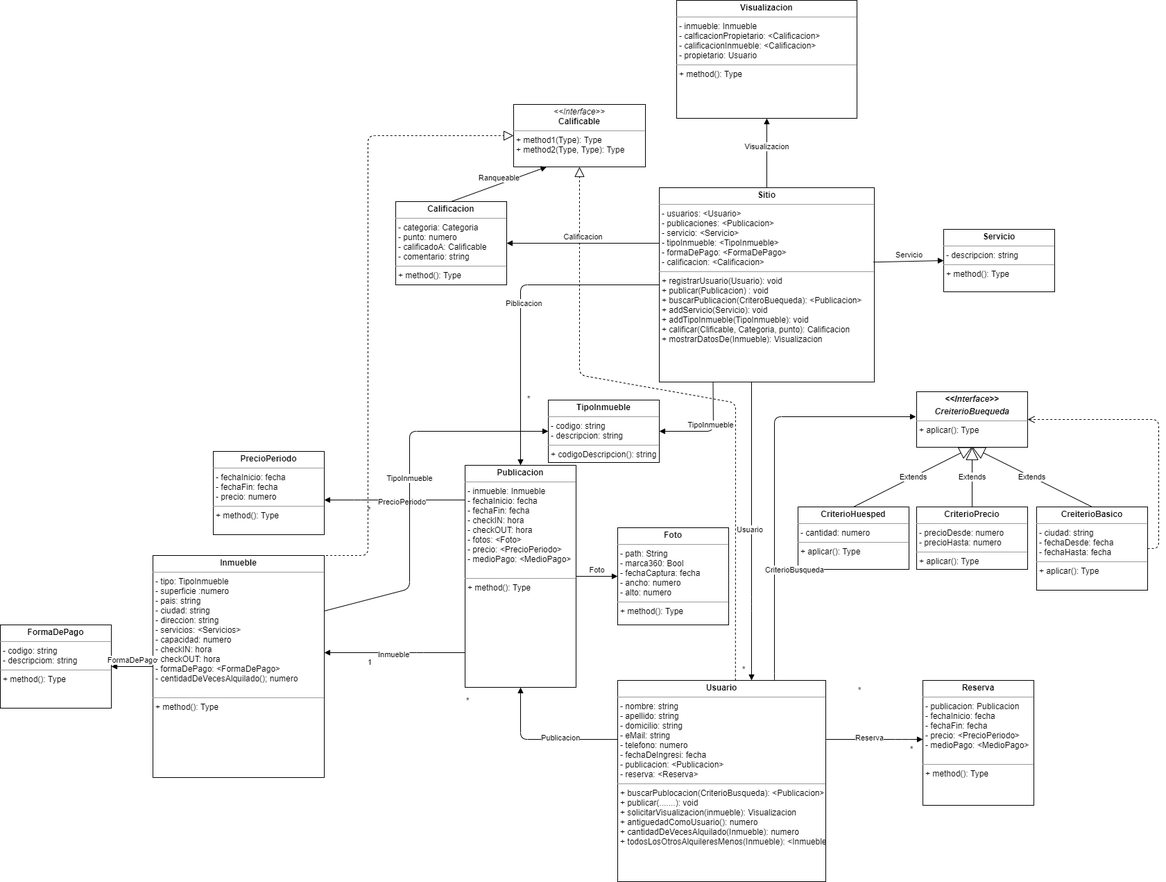
Above: UML_PO2_TP_FINALPNG1.png in CundariNicolas/PO2_TP_FINAL_2021 (draw.io), before the change. Source tidied: cells renumbered, new cells last; positions are measured from the earlier drawing's top-left corner, leaving out a move shared by most shapes.
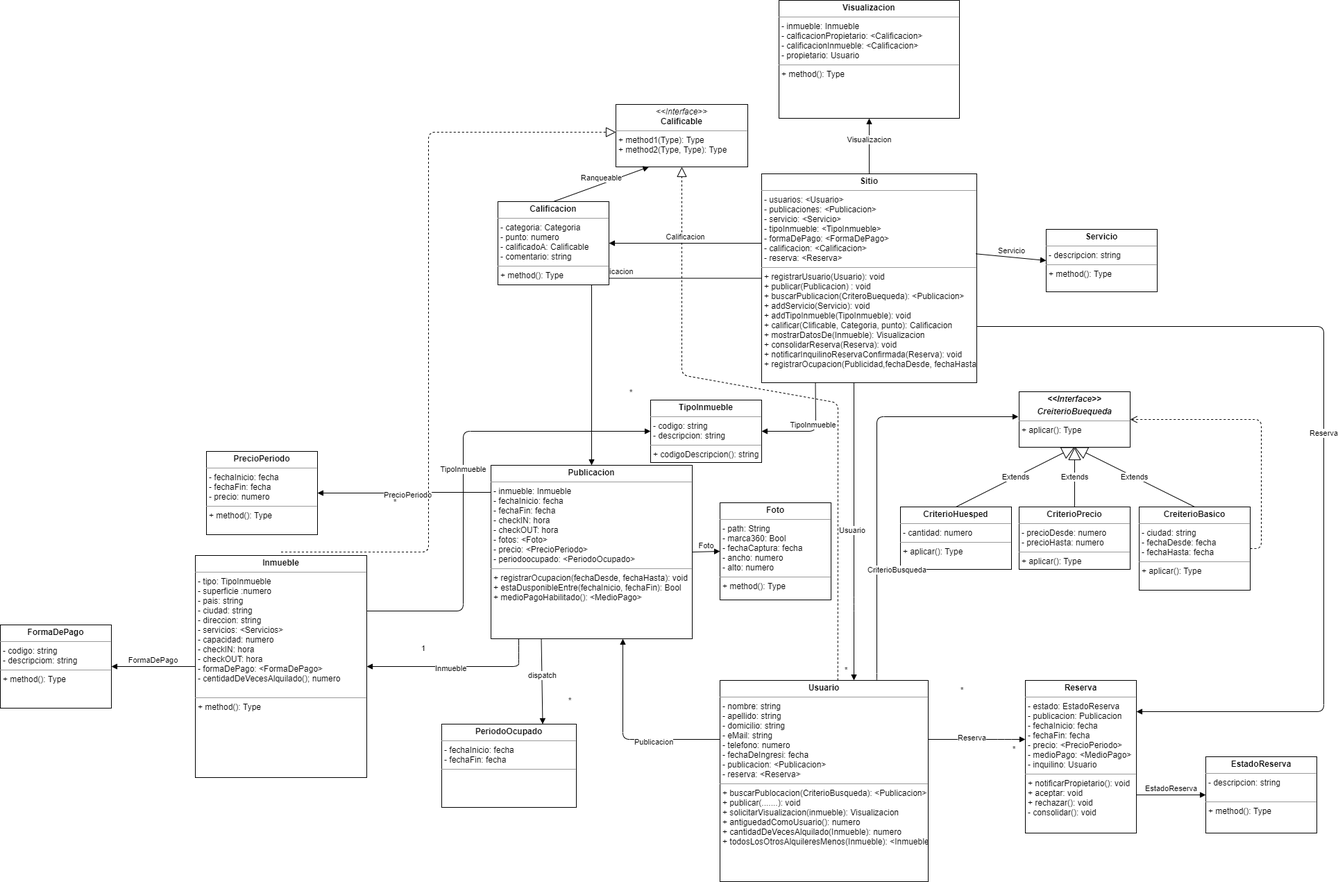
The same file after the commit.

The edit, as a diff of the source:
```diff
@@ -7,16 +7,16 @@
     </mxCell>
-    <mxCell id="3" value="&lt;p style=&quot;margin: 0px ; margin-top: 4px ; text-align: center&quot;&gt;&lt;b&gt;Publicacion&lt;/b&gt;&lt;/p&gt;&lt;hr size=&quot;1&quot;&gt;&lt;p style=&quot;margin: 0px ; margin-left: 4px&quot;&gt;- inmueble: Inmueble&lt;/p&gt;&lt;p style=&quot;margin: 0px ; margin-left: 4px&quot;&gt;- fechaInicio: fecha&lt;/p&gt;&lt;p style=&quot;margin: 0px ; margin-left: 4px&quot;&gt;- fechaFin: fecha&lt;/p&gt;&lt;p style=&quot;margin: 0px ; margin-left: 4px&quot;&gt;- checkIN: hora&lt;/p&gt;&lt;p style=&quot;margin: 0px ; margin-left: 4px&quot;&gt;- checkOUT: hora&lt;/p&gt;&lt;p style=&quot;margin: 0px ; margin-left: 4px&quot;&gt;- fotos: &amp;lt;Foto&amp;gt;&lt;/p&gt;&lt;p style=&quot;margin: 0px ; margin-left: 4px&quot;&gt;- precio: &amp;lt;PrecioPeriodo&amp;gt;&lt;/p&gt;&lt;p style=&quot;margin: 0px ; margin-left: 4px&quot;&gt;- medioPago: &amp;lt;MedioPago&amp;gt;&lt;/p&gt;&lt;p style=&quot;margin: 0px ; margin-left: 4px&quot;&gt;&lt;br&gt;&lt;/p&gt;&lt;hr size=&quot;1&quot;&gt;&lt;p style=&quot;margin: 0px ; margin-left: 4px&quot;&gt;+ method(): Type&lt;/p&gt;" style="verticalAlign=top;align=left;overflow=fill;fontSize=12;fontFamily=Helvetica;html=1;" parent="1" vertex="1">
-      <mxGeometry x="670" y="670" width="160" height="320" as="geometry" />
+    <mxCell id="3" value="&lt;p style=&quot;margin: 0px ; margin-top: 4px ; text-align: center&quot;&gt;&lt;b&gt;Publicacion&lt;/b&gt;&lt;/p&gt;&lt;hr size=&quot;1&quot;&gt;&lt;p style=&quot;margin: 0px ; margin-left: 4px&quot;&gt;- inmueble: Inmueble&lt;/p&gt;&lt;p style=&quot;margin: 0px ; margin-left: 4px&quot;&gt;- fechaInicio: fecha&lt;/p&gt;&lt;p style=&quot;margin: 0px ; margin-left: 4px&quot;&gt;- fechaFin: fecha&lt;/p&gt;&lt;p style=&quot;margin: 0px ; margin-left: 4px&quot;&gt;- checkIN: hora&lt;/p&gt;&lt;p style=&quot;margin: 0px ; margin-left: 4px&quot;&gt;- checkOUT: hora&lt;/p&gt;&lt;p style=&quot;margin: 0px ; margin-left: 4px&quot;&gt;- fotos: &amp;lt;Foto&amp;gt;&lt;/p&gt;&lt;p style=&quot;margin: 0px ; margin-left: 4px&quot;&gt;- precio: &amp;lt;PrecioPeriodo&amp;gt;&lt;/p&gt;&lt;p style=&quot;margin: 0px ; margin-left: 4px&quot;&gt;&lt;span&gt;- periodoocupado: &amp;lt;PeriodoOcupado&amp;gt;&lt;/span&gt;&lt;br&gt;&lt;/p&gt;&lt;hr size=&quot;1&quot;&gt;&lt;p style=&quot;margin: 0px ; margin-left: 4px&quot;&gt;+ registrarOcupacion(fechaDesde, fechaHasta): void&lt;/p&gt;&lt;p style=&quot;margin: 0px ; margin-left: 4px&quot;&gt;+ estaDusponibleEntre(fechaInicio, fechaFin): Bool&lt;br&gt;&lt;/p&gt;&lt;p style=&quot;margin: 0px ; margin-left: 4px&quot;&gt;+ medioPagoHabilitado(): &amp;lt;MedioPago&amp;gt;&lt;br&gt;&lt;/p&gt;" style="verticalAlign=top;align=left;overflow=fill;fontSize=12;fontFamily=Helvetica;html=1;" parent="1" vertex="1">
+      <mxGeometry x="560" y="670" width="290" height="250" as="geometry" />
     </mxCell>
-    <mxCell id="4" value="&lt;p style=&quot;margin: 0px ; margin-top: 4px ; text-align: center&quot;&gt;&lt;b&gt;Sitio&lt;/b&gt;&lt;/p&gt;&lt;hr size=&quot;1&quot;&gt;&lt;p style=&quot;margin: 0px ; margin-left: 4px&quot;&gt;- usuarios: &amp;lt;Usuario&amp;gt;&lt;/p&gt;&lt;p style=&quot;margin: 0px ; margin-left: 4px&quot;&gt;- publicaciones: &amp;lt;Publicacion&amp;gt;&lt;/p&gt;&lt;p style=&quot;margin: 0px ; margin-left: 4px&quot;&gt;- servicio: &amp;lt;Servicio&amp;gt;&lt;/p&gt;&lt;p style=&quot;margin: 0px ; margin-left: 4px&quot;&gt;- tipoInmueble: &amp;lt;TipoInmueble&amp;gt;&lt;/p&gt;&lt;p style=&quot;margin: 0px ; margin-left: 4px&quot;&gt;- formaDePago: &amp;lt;FormaDePago&amp;gt;&lt;/p&gt;&lt;p style=&quot;margin: 0px ; margin-left: 4px&quot;&gt;- calificacion: &amp;lt;Calificacion&amp;gt;&lt;/p&gt;&lt;hr size=&quot;1&quot;&gt;&lt;p style=&quot;margin: 0px ; margin-left: 4px&quot;&gt;+ registrarUsuario(Usuario): void&lt;/p&gt;&lt;p style=&quot;margin: 0px ; margin-left: 4px&quot;&gt;+ publicar(Publicacion) : void&lt;/p&gt;&lt;p style=&quot;margin: 0px ; margin-left: 4px&quot;&gt;+ buscarPublicacion(CriteroBuequeda): &amp;lt;Publicacion&amp;gt;&lt;/p&gt;&lt;p style=&quot;margin: 0px ; margin-left: 4px&quot;&gt;+ addServicio(Servicio): void&lt;/p&gt;&lt;p style=&quot;margin: 0px ; margin-left: 4px&quot;&gt;+ addTipoInmueble(TipoInmueble): void&lt;/p&gt;&lt;p style=&quot;margin: 0px ; margin-left: 4px&quot;&gt;+ calificar(Clificable, Categoria, punto): Calificacion&lt;/p&gt;&lt;p style=&quot;margin: 0px ; margin-left: 4px&quot;&gt;+ mostrarDatosDe(Inmueble): Visualizacion&lt;/p&gt;" style="verticalAlign=top;align=left;overflow=fill;fontSize=12;fontFamily=Helvetica;html=1;" parent="1" vertex="1">
-      <mxGeometry x="950" y="270" width="310" height="280" as="geometry" />
+    <mxCell id="4" value="&lt;p style=&quot;margin: 0px ; margin-top: 4px ; text-align: center&quot;&gt;&lt;b&gt;Sitio&lt;/b&gt;&lt;/p&gt;&lt;hr size=&quot;1&quot;&gt;&lt;p style=&quot;margin: 0px ; margin-left: 4px&quot;&gt;- usuarios: &amp;lt;Usuario&amp;gt;&lt;/p&gt;&lt;p style=&quot;margin: 0px ; margin-left: 4px&quot;&gt;- publicaciones: &amp;lt;Publicacion&amp;gt;&lt;/p&gt;&lt;p style=&quot;margin: 0px ; margin-left: 4px&quot;&gt;- servicio: &amp;lt;Servicio&amp;gt;&lt;/p&gt;&lt;p style=&quot;margin: 0px ; margin-left: 4px&quot;&gt;- tipoInmueble: &amp;lt;TipoInmueble&amp;gt;&lt;/p&gt;&lt;p style=&quot;margin: 0px ; margin-left: 4px&quot;&gt;- formaDePago: &amp;lt;FormaDePago&amp;gt;&lt;/p&gt;&lt;p style=&quot;margin: 0px ; margin-left: 4px&quot;&gt;- calificacion: &amp;lt;Calificacion&amp;gt;&lt;/p&gt;&lt;p style=&quot;margin: 0px ; margin-left: 4px&quot;&gt;- reserva: &amp;lt;Reserva&amp;gt;&lt;/p&gt;&lt;hr size=&quot;1&quot;&gt;&lt;p style=&quot;margin: 0px ; margin-left: 4px&quot;&gt;+ registrarUsuario(Usuario): void&lt;/p&gt;&lt;p style=&quot;margin: 0px ; margin-left: 4px&quot;&gt;+ publicar(Publicacion) : void&lt;/p&gt;&lt;p style=&quot;margin: 0px ; margin-left: 4px&quot;&gt;+ buscarPublicacion(CriteroBuequeda): &amp;lt;Publicacion&amp;gt;&lt;/p&gt;&lt;p style=&quot;margin: 0px ; margin-left: 4px&quot;&gt;+ addServicio(Servicio): void&lt;/p&gt;&lt;p style=&quot;margin: 0px ; margin-left: 4px&quot;&gt;+ addTipoInmueble(TipoInmueble): void&lt;/p&gt;&lt;p style=&quot;margin: 0px ; margin-left: 4px&quot;&gt;+ calificar(Clificable, Categoria, punto): Calificacion&lt;/p&gt;&lt;p style=&quot;margin: 0px ; margin-left: 4px&quot;&gt;+ mostrarDatosDe(Inmueble): Visualizacion&lt;/p&gt;&lt;p style=&quot;margin: 0px ; margin-left: 4px&quot;&gt;+ consolidarReserva(Reserva): void&lt;/p&gt;&lt;p style=&quot;margin: 0px ; margin-left: 4px&quot;&gt;+ notificarInquilinoReservaConfirmada(Reserva): void&lt;/p&gt;&lt;p style=&quot;margin: 0px ; margin-left: 4px&quot;&gt;+ registrarOcupacion(Publicidad,fechaDesde, fechaHasta)&lt;/p&gt;" style="verticalAlign=top;align=left;overflow=fill;fontSize=12;fontFamily=Helvetica;html=1;" parent="1" vertex="1">
+      <mxGeometry x="950" y="250" width="310" height="301" as="geometry" />
     </mxCell>
     <mxCell id="5" value="&lt;p style=&quot;margin: 0px ; margin-top: 4px ; text-align: center&quot;&gt;&lt;b&gt;Inmueble&lt;/b&gt;&lt;/p&gt;&lt;hr size=&quot;1&quot;&gt;&lt;p style=&quot;margin: 0px ; margin-left: 4px&quot;&gt;- tipo: TipoInmueble&lt;/p&gt;&lt;p style=&quot;margin: 0px ; margin-left: 4px&quot;&gt;- superficie :numero&lt;/p&gt;&lt;p style=&quot;margin: 0px ; margin-left: 4px&quot;&gt;- pais: string&lt;/p&gt;&lt;p style=&quot;margin: 0px ; margin-left: 4px&quot;&gt;- ciudad: string&lt;/p&gt;&lt;p style=&quot;margin: 0px ; margin-left: 4px&quot;&gt;- direccion: string&lt;/p&gt;&lt;p style=&quot;margin: 0px ; margin-left: 4px&quot;&gt;- servicios: &amp;lt;Servicios&amp;gt;&lt;/p&gt;&lt;p style=&quot;margin: 0px ; margin-left: 4px&quot;&gt;- capacidad: numero&lt;/p&gt;&lt;p style=&quot;margin: 0px ; margin-left: 4px&quot;&gt;- checkIN: hora&lt;/p&gt;&lt;p style=&quot;margin: 0px ; margin-left: 4px&quot;&gt;- checkOUT: hora&lt;/p&gt;&lt;p style=&quot;margin: 0px ; margin-left: 4px&quot;&gt;- formaDePago: &amp;lt;FormaDePago&amp;gt;&lt;/p&gt;&lt;p style=&quot;margin: 0px ; margin-left: 4px&quot;&gt;- centidadDeVecesAlquilado(); numero&lt;/p&gt;&lt;p style=&quot;margin: 0px ; margin-left: 4px&quot;&gt;&lt;br&gt;&lt;/p&gt;&lt;hr size=&quot;1&quot;&gt;&lt;p style=&quot;margin: 0px ; margin-left: 4px&quot;&gt;+ method(): Type&lt;/p&gt;" style="verticalAlign=top;align=left;overflow=fill;fontSize=12;fontFamily=Helvetica;html=1;" parent="1" vertex="1">
-      <mxGeometry x="220" y="800" width="247" height="320" as="geometry" />
+      <mxGeometry x="134" y="800" width="247" height="320" as="geometry" />
     </mxCell>
     <mxCell id="6" value="&lt;p style=&quot;margin: 0px ; margin-top: 4px ; text-align: center&quot;&gt;&lt;b&gt;PrecioPeriodo&lt;/b&gt;&lt;/p&gt;&lt;hr size=&quot;1&quot;&gt;&lt;p style=&quot;margin: 0px ; margin-left: 4px&quot;&gt;- fechaInicio: fecha&lt;/p&gt;&lt;p style=&quot;margin: 0px ; margin-left: 4px&quot;&gt;- fechaFin: fecha&lt;/p&gt;&lt;p style=&quot;margin: 0px ; margin-left: 4px&quot;&gt;- precio: numero&lt;/p&gt;&lt;hr size=&quot;1&quot;&gt;&lt;p style=&quot;margin: 0px ; margin-left: 4px&quot;&gt;+ method(): Type&lt;/p&gt;" style="verticalAlign=top;align=left;overflow=fill;fontSize=12;fontFamily=Helvetica;html=1;" parent="1" vertex="1">
-      <mxGeometry x="307" y="650" width="160" height="120" as="geometry" />
+      <mxGeometry x="150" y="650" width="160" height="120" as="geometry" />
     </mxCell>
-    <mxCell id="7" value="&lt;p style=&quot;margin: 0px ; margin-top: 4px ; text-align: center&quot;&gt;&lt;b&gt;Reserva&lt;/b&gt;&lt;/p&gt;&lt;hr size=&quot;1&quot;&gt;&lt;p style=&quot;margin: 0px ; margin-left: 4px&quot;&gt;- publicacion: Publicacion&lt;/p&gt;&lt;p style=&quot;margin: 0px ; margin-left: 4px&quot;&gt;- fechaInicio: fecha&lt;/p&gt;&lt;p style=&quot;margin: 0px ; margin-left: 4px&quot;&gt;- fechaFin: fecha&lt;/p&gt;&lt;p style=&quot;margin: 0px ; margin-left: 4px&quot;&gt;- precio: &amp;lt;PrecioPeriodo&amp;gt;&lt;/p&gt;&lt;p style=&quot;margin: 0px ; margin-left: 4px&quot;&gt;- medioPago: &amp;lt;MedioPago&amp;gt;&lt;/p&gt;&lt;p style=&quot;margin: 0px ; margin-left: 4px&quot;&gt;&lt;br&gt;&lt;/p&gt;&lt;hr size=&quot;1&quot;&gt;&lt;p style=&quot;margin: 0px ; margin-left: 4px&quot;&gt;+ method(): Type&lt;/p&gt;" style="verticalAlign=top;align=left;overflow=fill;fontSize=12;fontFamily=Helvetica;html=1;" parent="1" vertex="1">
-      <mxGeometry x="1330" y="980" width="160" height="180" as="geometry" />
+    <mxCell id="7" value="&lt;p style=&quot;margin: 0px ; margin-top: 4px ; text-align: center&quot;&gt;&lt;b&gt;Reserva&lt;/b&gt;&lt;/p&gt;&lt;hr size=&quot;1&quot;&gt;&lt;p style=&quot;margin: 0px ; margin-left: 4px&quot;&gt;- estado: EstadoReserva&lt;/p&gt;&lt;p style=&quot;margin: 0px ; margin-left: 4px&quot;&gt;- publicacion: Publicacion&lt;/p&gt;&lt;p style=&quot;margin: 0px ; margin-left: 4px&quot;&gt;- fechaInicio: fecha&lt;/p&gt;&lt;p style=&quot;margin: 0px ; margin-left: 4px&quot;&gt;- fechaFin: fecha&lt;/p&gt;&lt;p style=&quot;margin: 0px ; margin-left: 4px&quot;&gt;- precio: &amp;lt;PrecioPeriodo&amp;gt;&lt;/p&gt;&lt;p style=&quot;margin: 0px ; margin-left: 4px&quot;&gt;- medioPago: &amp;lt;MedioPago&amp;gt;&lt;/p&gt;&lt;p style=&quot;margin: 0px ; margin-left: 4px&quot;&gt;- inquilino: Usuario&lt;/p&gt;&lt;hr size=&quot;1&quot;&gt;&lt;p style=&quot;margin: 0px ; margin-left: 4px&quot;&gt;+ notificarPropietario(): void&lt;/p&gt;&lt;p style=&quot;margin: 0px ; margin-left: 4px&quot;&gt;+ aceptar: void&lt;/p&gt;&lt;p style=&quot;margin: 0px ; margin-left: 4px&quot;&gt;+ rechazar(): void&lt;/p&gt;&lt;p style=&quot;margin: 0px ; margin-left: 4px&quot;&gt;- consolidar(): void&lt;/p&gt;" style="verticalAlign=top;align=left;overflow=fill;fontSize=12;fontFamily=Helvetica;html=1;" parent="1" vertex="1">
+      <mxGeometry x="1330" y="980" width="160" height="220" as="geometry" />
     </mxCell>
@@ -81,10 +81,4 @@
     </mxCell>
-    <mxCell id="18" value="PrecioPeriodo" style="endArrow=block;endFill=1;html=1;edgeStyle=orthogonalEdgeStyle;align=left;verticalAlign=top;" parent="1" edge="1" target="6">
-      <mxGeometry x="0.25" y="-10" relative="1" as="geometry">
-        <mxPoint x="670" y="720" as="sourcePoint" />
-        <Array as="points">
-          <mxPoint x="520" y="720" />
-          <mxPoint x="520" y="720" />
-        </Array>
-      </mxGeometry>
+    <mxCell id="18" value="PrecioPeriodo" style="endArrow=block;endFill=1;html=1;edgeStyle=orthogonalEdgeStyle;align=left;verticalAlign=top;exitX=0;exitY=0.156;exitDx=0;exitDy=0;exitPerimeter=0;" parent="1" edge="1" source="3" target="6">
+      <mxGeometry x="0.25" y="-10" relative="1" as="geometry" />
     </mxCell>
@@ -102,3 +96,3 @@
     <mxCell id="22" value="&lt;p style=&quot;margin: 0px ; margin-top: 4px ; text-align: center&quot;&gt;&lt;b&gt;Foto&lt;/b&gt;&lt;/p&gt;&lt;hr size=&quot;1&quot;&gt;&lt;p style=&quot;margin: 0px ; margin-left: 4px&quot;&gt;- path: String&lt;/p&gt;&lt;p style=&quot;margin: 0px ; margin-left: 4px&quot;&gt;- marca360: Bool&lt;/p&gt;&lt;p style=&quot;margin: 0px ; margin-left: 4px&quot;&gt;- fechaCaptura: fecha&lt;/p&gt;&lt;p style=&quot;margin: 0px ; margin-left: 4px&quot;&gt;- ancho: numero&lt;/p&gt;&lt;p style=&quot;margin: 0px ; margin-left: 4px&quot;&gt;- alto: numero&lt;/p&gt;&lt;hr size=&quot;1&quot;&gt;&lt;p style=&quot;margin: 0px ; margin-left: 4px&quot;&gt;+ method(): Type&lt;/p&gt;" style="verticalAlign=top;align=left;overflow=fill;fontSize=12;fontFamily=Helvetica;html=1;" parent="1" vertex="1">
-      <mxGeometry x="890" y="760" width="160" height="140" as="geometry" />
+      <mxGeometry x="890" y="724" width="160" height="140" as="geometry" />
     </mxCell>
@@ -120,4 +114,4 @@
         <Array as="points">
-          <mxPoint x="590" y="848" />
-          <mxPoint x="590" y="621" />
+          <mxPoint x="520" y="880" />
+          <mxPoint x="520" y="621" />
         </Array>
@@ -126,3 +120,3 @@
     <mxCell id="27" value="&lt;p style=&quot;margin: 0px ; margin-top: 4px ; text-align: center&quot;&gt;&lt;b&gt;FormaDePago&lt;/b&gt;&lt;/p&gt;&lt;hr size=&quot;1&quot;&gt;&lt;p style=&quot;margin: 0px ; margin-left: 4px&quot;&gt;- codigo: string&lt;/p&gt;&lt;p style=&quot;margin: 0px ; margin-left: 4px&quot;&gt;- descripciom: string&lt;/p&gt;&lt;hr size=&quot;1&quot;&gt;&lt;p style=&quot;margin: 0px ; margin-left: 4px&quot;&gt;+ method(): Type&lt;/p&gt;" style="verticalAlign=top;align=left;overflow=fill;fontSize=12;fontFamily=Helvetica;html=1;" parent="1" vertex="1">
-      <mxGeometry y="900" width="160" height="120" as="geometry" />
+      <mxGeometry x="-147" y="900" width="160" height="120" as="geometry" />
     </mxCell>
@@ -187,7 +181,9 @@
     </mxCell>
-    <mxCell id="41" style="endArrow=block;dashed=1;endFill=0;endSize=12;html=1;exitX=0.5;exitY=0;exitDx=0;exitDy=0;entryX=0;entryY=0.5;entryDx=0;entryDy=0;" parent="1" edge="1" source="5" target="39">
+    <mxCell id="41" style="endArrow=block;dashed=1;endFill=0;endSize=12;html=1;exitX=0.5;exitY=0;exitDx=0;exitDy=0;entryX=0;entryY=0.5;entryDx=0;entryDy=0;" parent="1" edge="1">
       <mxGeometry relative="1" as="geometry">
+        <mxPoint x="257.5" y="795" as="sourcePoint" />
+        <mxPoint x="740" y="190" as="targetPoint" />
         <Array as="points">
-          <mxPoint x="530" y="800" />
-          <mxPoint x="530" y="195" />
+          <mxPoint x="470" y="795" />
+          <mxPoint x="470" y="190" />
         </Array>
@@ -212,2 +208,24 @@
     </mxCell>
+    <mxCell id="47" value="&lt;p style=&quot;margin: 0px ; margin-top: 4px ; text-align: center&quot;&gt;&lt;b&gt;EstadoReserva&lt;/b&gt;&lt;/p&gt;&lt;hr size=&quot;1&quot;&gt;&lt;p style=&quot;margin: 0px ; margin-left: 4px&quot;&gt;- descripcion: string&lt;/p&gt;&lt;p style=&quot;margin: 0px ; margin-left: 4px&quot;&gt;&lt;br&gt;&lt;/p&gt;&lt;hr size=&quot;1&quot;&gt;&lt;p style=&quot;margin: 0px ; margin-left: 4px&quot;&gt;+ method(): Type&lt;/p&gt;" style="verticalAlign=top;align=left;overflow=fill;fontSize=12;fontFamily=Helvetica;html=1;" parent="1" vertex="1">
+      <mxGeometry x="1590" y="1090" width="160" height="110" as="geometry" />
+    </mxCell>
+    <mxCell id="48" value="EstadoReserva" style="html=1;verticalAlign=bottom;endArrow=block;entryX=0;entryY=0.5;entryDx=0;entryDy=0;exitX=1;exitY=0.75;exitDx=0;exitDy=0;" parent="1" edge="1" source="7" target="47">
+      <mxGeometry relative="1" as="geometry" />
+    </mxCell>
+    <mxCell id="49" value="Reserva" style="html=1;verticalAlign=bottom;endArrow=block;exitX=1;exitY=0.75;exitDx=0;exitDy=0;entryX=1;entryY=0.25;entryDx=0;entryDy=0;" parent="1" edge="1">
+      <mxGeometry relative="1" as="geometry">
+        <mxPoint x="1260" y="470" as="sourcePoint" />
+        <mxPoint x="1490" y="1025" as="targetPoint" />
+        <Array as="points">
+          <mxPoint x="1760" y="470" />
+          <mxPoint x="1760" y="1025" />
+        </Array>
+      </mxGeometry>
+    </mxCell>
+    <mxCell id="50" value="&lt;p style=&quot;margin: 0px ; margin-top: 4px ; text-align: center&quot;&gt;&lt;b&gt;PeriodoOcupado&lt;/b&gt;&lt;/p&gt;&lt;hr size=&quot;1&quot;&gt;&lt;p style=&quot;margin: 0px ; margin-left: 4px&quot;&gt;- fechaInicio: fecha&lt;/p&gt;&lt;p style=&quot;margin: 0px ; margin-left: 4px&quot;&gt;- fechaFin: fecha&lt;/p&gt;&lt;hr size=&quot;1&quot;&gt;&lt;p style=&quot;margin: 0px ; margin-left: 4px&quot;&gt;&lt;br&gt;&lt;/p&gt;" style="verticalAlign=top;align=left;overflow=fill;fontSize=12;fontFamily=Helvetica;html=1;" parent="1" vertex="1">
+      <mxGeometry x="489" y="1043" width="194" height="120" as="geometry" />
+    </mxCell>
+    <mxCell id="51" value="dispatch" style="html=1;verticalAlign=bottom;endArrow=block;entryX=0.75;entryY=0;entryDx=0;entryDy=0;exitX=0.25;exitY=1;exitDx=0;exitDy=0;" parent="1" edge="1" source="3" target="50">
+      <mxGeometry relative="1" as="geometry" />
+    </mxCell>
   </root>
```
